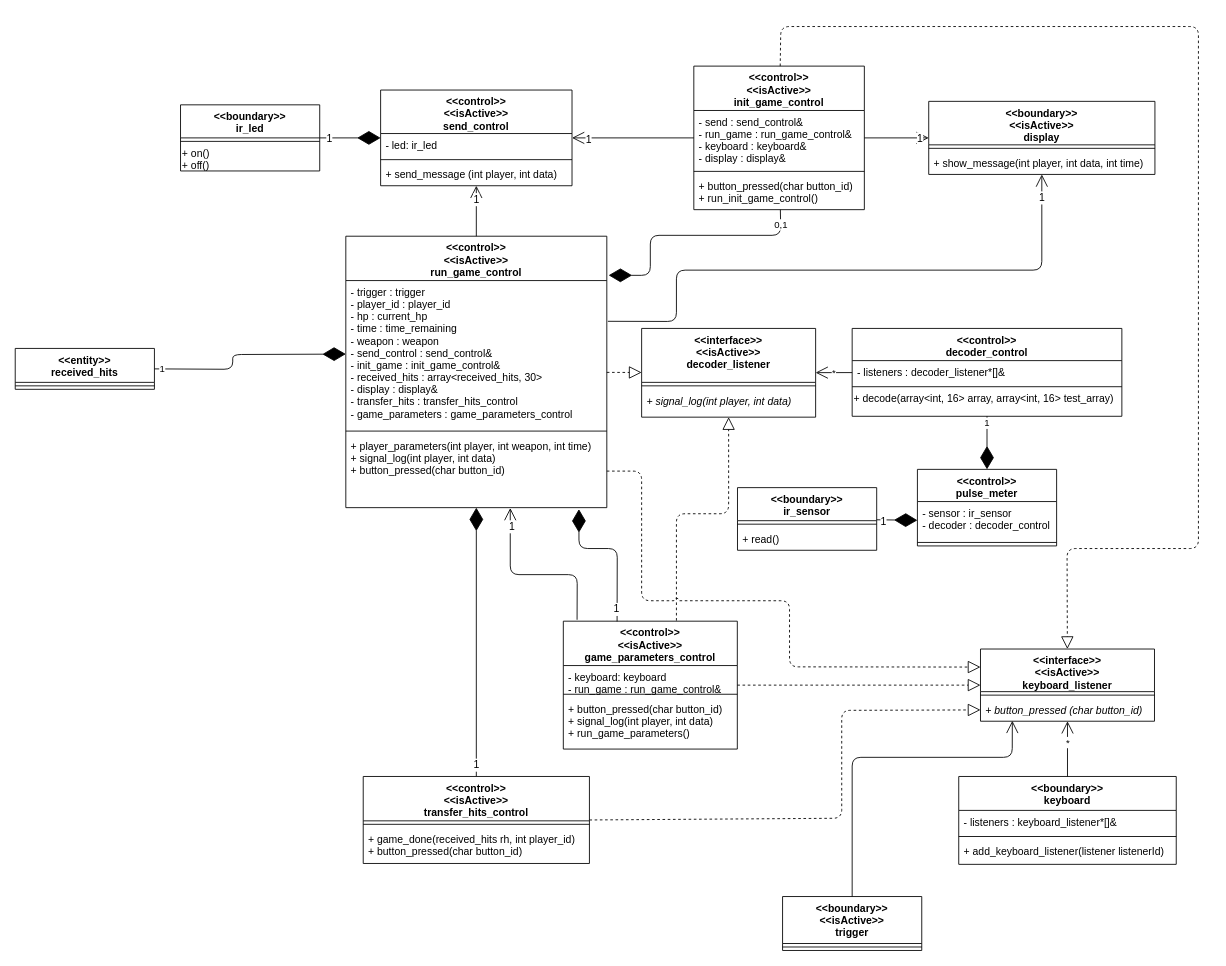
Doniol/THDE_Lasergame keeps this draw.io diagram as THDE Lasergame Modellen/THDE Klassendiagramn.drawio. Above is the earlier version. Source tidied: cells renumbered, new cells numbered last; positions are measured from the earlier drawing's top-left corner, leaving out a move shared by most shapes. Both pictures are drawn from the tidied source at 87%, with x=0, y=0 at pixel (15, 26).
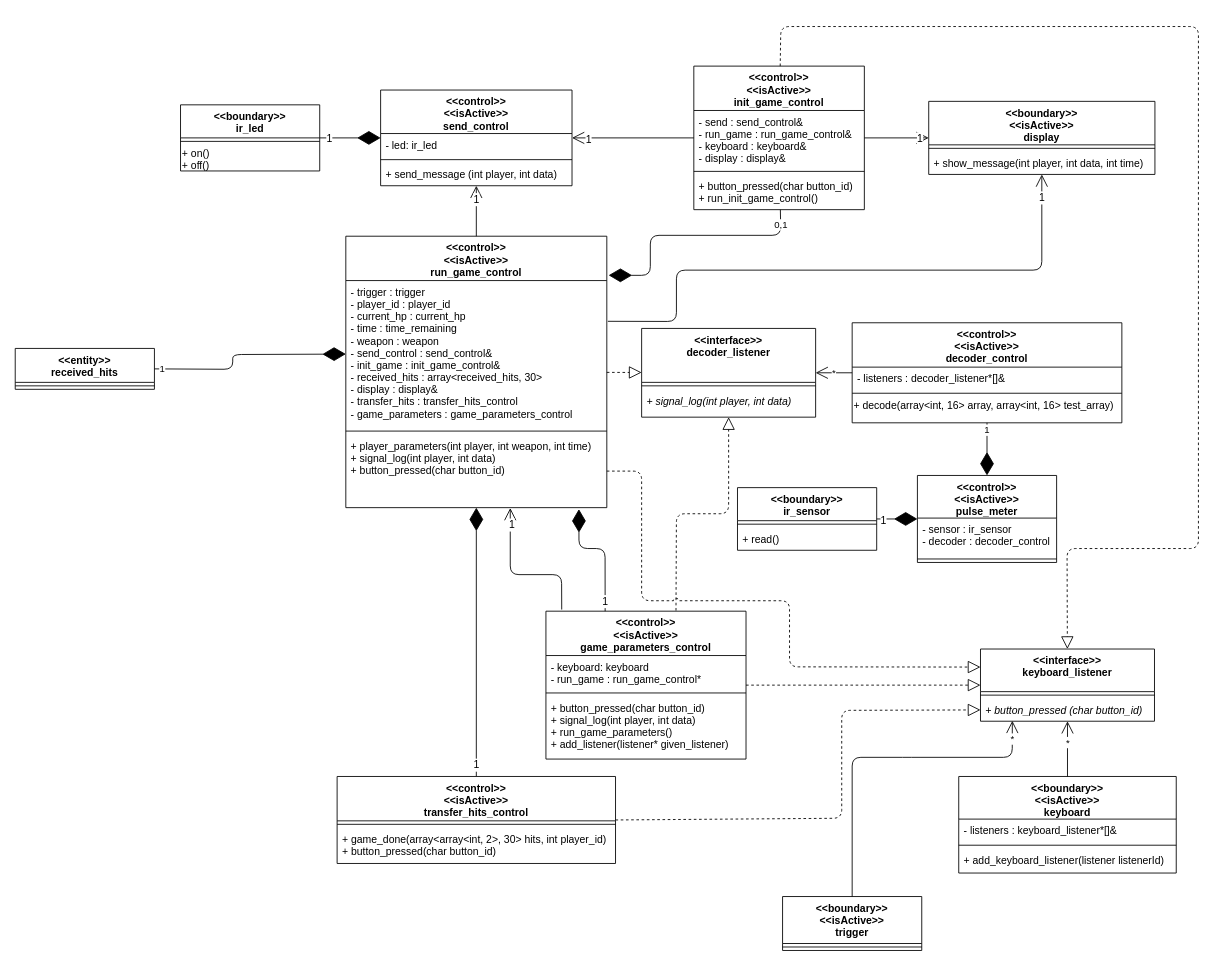
The same page after the edit.

The change refers to these unchanged cells:
```xml
<mxCell id="9" value="&lt;&lt;boundary&gt;&gt;&#10;&lt;&lt;isActive&gt;&gt;&#10;trigger" style="swimlane;fontStyle=1;align=center;verticalAlign=top;horizontal=1;startSize=54;" parent="1" vertex="1">
  <mxGeometry x="882" y="1000" width="160" height="62" as="geometry" />
</mxCell>
<mxCell id="14" value="&lt;&lt;boundary&gt;&gt;&#10;ir_sensor" style="swimlane;fontStyle=1;align=center;verticalAlign=top;horizontal=1;startSize=38;" parent="1" vertex="1">
  <mxGeometry x="830.2" y="530" width="160" height="72" as="geometry" />
</mxCell>
<mxCell id="23" value="&lt;&lt;control&gt;&gt;&#10;&lt;&lt;isActive&gt;&gt;&#10;run_game_control" style="swimlane;fontStyle=1;align=center;verticalAlign=top;horizontal=1;startSize=51;" parent="1" vertex="1">
  <mxGeometry x="380" y="241" width="300" height="312" as="geometry" />
</mxCell>
<mxCell id="26" value="+ player_parameters(int player, int weapon, int time)&#10;+ signal_log(int player, int data)&#10;+ button_pressed(char button_id)" style="text;strokeColor=none;fillColor=none;align=left;verticalAlign=top;spacingLeft=4;spacingRight=4;overflow=hidden;points=[[0,0.5],[1,0.5]];portConstraint=eastwest;" parent="23" vertex="1">
  <mxGeometry y="228" width="300" height="84" as="geometry" />
</mxCell>
<mxCell id="50" value="+ button_pressed (char button_id)" style="text;strokeColor=none;fillColor=none;align=left;verticalAlign=top;spacingLeft=4;spacingRight=4;overflow=hidden;points=[[0,0.5],[1,0.5]];portConstraint=eastwest;fontStyle=2;" parent="48" vertex="1">
  <mxGeometry y="57" width="200" height="26" as="geometry" />
</mxCell>
```

What changed in the source:
```diff
@@
-    <mxCell id="5" value="&lt;&lt;boundary&gt;&gt;&#10;keyboard" style="swimlane;fontStyle=1;align=center;verticalAlign=top;horizontal=1;startSize=39;" parent="1" vertex="1">
-      <mxGeometry x="1084.5" y="862" width="250" height="101" as="geometry" />
+    <mxCell id="5" value="&lt;&lt;boundary&gt;&gt;&#10;&lt;&lt;isActive&gt;&gt;&#10;keyboard" style="swimlane;fontStyle=1;align=center;verticalAlign=top;horizontal=1;startSize=49;" parent="1" vertex="1">
+      <mxGeometry x="1084.5" y="862" width="250" height="111" as="geometry" />
     </mxCell>
     <mxCell id="6" value="- listeners : keyboard_listener*[]&amp;" style="text;strokeColor=none;fillColor=none;align=left;verticalAlign=top;spacingLeft=4;spacingRight=4;overflow=hidden;" parent="5" vertex="1">
-      <mxGeometry y="39" width="250" height="26" as="geometry" />
+      <mxGeometry y="49" width="250" height="26" as="geometry" />
     </mxCell>
     <mxCell id="7" style="line;strokeWidth=1;fillColor=none;align=left;verticalAlign=middle;spacingTop=-1;spacingLeft=3;spacingRight=3;labelPosition=right;" parent="5" vertex="1">
-      <mxGeometry y="65" width="250" height="8" as="geometry" />
+      <mxGeometry y="75" width="250" height="8" as="geometry" />
     </mxCell>
     <mxCell id="8" value="+ add_keyboard_listener(listener listenerId)" style="text;strokeColor=none;fillColor=none;align=left;verticalAlign=top;spacingLeft=4;spacingRight=4;overflow=hidden;" parent="5" vertex="1">
-      <mxGeometry y="73" width="250" height="28" as="geometry" />
+      <mxGeometry y="83" width="250" height="28" as="geometry" />
     </mxCell>
@@
-    <mxCell id="24" value="- trigger : trigger&#10;- player_id : player_id&#10;- hp : current_hp&#10;- time : time_remaining&#10;- weapon : weapon&#10;- send_control : send_control&amp;&#10;- init_game : init_game_control&amp;&#10;- received_hits : array&lt;received_hits, 30&gt;&#10;- display : display&amp;&#10;- transfer_hits : transfer_hits_control&#10;- game_parameters : game_parameters_control&#10;&#10;&#10;&#10;" style="text;strokeColor=none;fillColor=none;align=left;verticalAlign=top;spacingLeft=4;spacingRight=4;overflow=hidden;points=[[0,0.5],[1,0.5]];portConstraint=eastwest;" parent="23" vertex="1">
+    <mxCell id="24" value="- trigger : trigger&#10;- player_id : player_id&#10;- current_hp : current_hp&#10;- time : time_remaining&#10;- weapon : weapon&#10;- send_control : send_control&amp;&#10;- init_game : init_game_control&amp;&#10;- received_hits : array&lt;received_hits, 30&gt;&#10;- display : display&amp;&#10;- transfer_hits : transfer_hits_control&#10;- game_parameters : game_parameters_control&#10;&#10;&#10;&#10;" style="text;strokeColor=none;fillColor=none;align=left;verticalAlign=top;spacingLeft=4;spacingRight=4;overflow=hidden;points=[[0,0.5],[1,0.5]];portConstraint=eastwest;" parent="23" vertex="1">
       <mxGeometry y="51" width="300" height="169" as="geometry" />
     </mxCell>
@@
-    <mxCell id="27" value="&lt;&lt;interface&gt;&gt;&#10;&lt;&lt;isActive&gt;&gt;&#10;decoder_listener" style="swimlane;fontStyle=1;align=center;verticalAlign=top;horizontal=1;startSize=62;" parent="1" vertex="1">
+    <mxCell id="27" value="&lt;&lt;interface&gt;&gt;&#10;decoder_listener" style="swimlane;fontStyle=1;align=center;verticalAlign=top;horizontal=1;startSize=62;" parent="1" vertex="1">
       <mxGeometry x="720" y="347" width="200" height="102" as="geometry" />
     </mxCell>
@@
-    <mxCell id="30" value="&lt;&lt;control&gt;&gt;&#10;decoder_control" style="swimlane;fontStyle=1;align=center;verticalAlign=top;horizontal=1;startSize=37;" parent="1" vertex="1">
-      <mxGeometry x="962" y="347" width="310" height="101" as="geometry" />
+    <mxCell id="30" value="&lt;&lt;control&gt;&gt;&#10;&lt;&lt;isActive&gt;&gt;&#10;decoder_control" style="swimlane;fontStyle=1;align=center;verticalAlign=top;horizontal=1;startSize=51;" parent="1" vertex="1">
+      <mxGeometry x="962" y="340.5" width="310" height="115" as="geometry" />
     </mxCell>
     <mxCell id="31" value="- listeners : decoder_listener*[]&amp;" style="text;strokeColor=none;fillColor=none;align=left;verticalAlign=top;spacingLeft=4;spacingRight=4;overflow=hidden;" parent="30" vertex="1">
-      <mxGeometry y="37" width="310" height="26" as="geometry" />
+      <mxGeometry y="51" width="310" height="26" as="geometry" />
     </mxCell>
     <mxCell id="32" style="line;strokeWidth=1;fillColor=none;align=left;verticalAlign=middle;spacingTop=-1;spacingLeft=3;spacingRight=3;labelPosition=right;" parent="30" vertex="1">
-      <mxGeometry y="63" width="310" height="8" as="geometry" />
+      <mxGeometry y="77" width="310" height="8" as="geometry" />
     </mxCell>
     <mxCell id="33" value="&lt;div&gt;+ decode(array&amp;lt;int, 16&amp;gt; array, array&amp;lt;int, 16&amp;gt; test_array)&lt;/div&gt;&lt;div&gt;&lt;br&gt;&lt;/div&gt;" style="text;html=1;align=left;verticalAlign=top;spacingTop=-4;" parent="30" vertex="1">
-      <mxGeometry y="71" width="310" height="30" as="geometry" />
+      <mxGeometry y="85" width="310" height="30" as="geometry" />
     </mxCell>
     <mxCell id="34" value="&lt;&lt;control&gt;&gt;&#10;&lt;&lt;isActive&gt;&gt;&#10;game_parameters_control" style="swimlane;fontStyle=1;align=center;verticalAlign=top;horizontal=1;startSize=51;" parent="1" vertex="1">
-      <mxGeometry x="630" y="683.5" width="200" height="147" as="geometry" />
+      <mxGeometry x="610" y="672" width="230" height="170" as="geometry" />
     </mxCell>
-    <mxCell id="35" value="- keyboard: keyboard&#10;- run_game : run_game_control&amp;&#10;" style="text;strokeColor=none;fillColor=none;align=left;verticalAlign=top;spacingLeft=4;spacingRight=4;overflow=hidden;" parent="34" vertex="1">
-      <mxGeometry y="51" width="200" height="29" as="geometry" />
+    <mxCell id="35" value="- keyboard: keyboard&#10;- run_game : run_game_control*&#10;" style="text;strokeColor=none;fillColor=none;align=left;verticalAlign=top;spacingLeft=4;spacingRight=4;overflow=hidden;" parent="34" vertex="1">
+      <mxGeometry y="51" width="230" height="39" as="geometry" />
     </mxCell>
     <mxCell id="36" style="line;strokeWidth=1;fillColor=none;align=left;verticalAlign=middle;spacingTop=-1;spacingLeft=3;spacingRight=3;labelPosition=right;" parent="34" vertex="1">
-      <mxGeometry y="80" width="200" height="8" as="geometry" />
+      <mxGeometry y="90" width="230" height="8" as="geometry" />
     </mxCell>
-    <mxCell id="37" value="+ button_pressed(char button_id)&#10;+ signal_log(int player, int data)&#10;+ run_game_parameters()&#10;" style="text;strokeColor=none;fillColor=none;align=left;verticalAlign=top;spacingLeft=4;spacingRight=4;overflow=hidden;" parent="34" vertex="1">
-      <mxGeometry y="88" width="200" height="59" as="geometry" />
+    <mxCell id="37" value="+ button_pressed(char button_id)&#10;+ signal_log(int player, int data)&#10;+ run_game_parameters()&#10;+ add_listener(listener* given_listener)&#10;&#10;" style="text;strokeColor=none;fillColor=none;align=left;verticalAlign=top;spacingLeft=4;spacingRight=4;overflow=hidden;" parent="34" vertex="1">
+      <mxGeometry y="98" width="230" height="72" as="geometry" />
     </mxCell>
@@
-    <mxCell id="44" style="endArrow=diamondThin;endFill=1;endSize=24;html=1;entryX=0.893;entryY=1.021;entryDx=0;entryDy=0;entryPerimeter=0;exitX=0.309;exitY=0.002;exitDx=0;exitDy=0;exitPerimeter=0;" parent="1" edge="1" source="34" target="26">
+    <mxCell id="44" style="endArrow=diamondThin;endFill=1;endSize=24;html=1;entryX=0.893;entryY=1.021;entryDx=0;entryDy=0;entryPerimeter=0;exitX=0.296;exitY=0;exitDx=0;exitDy=0;exitPerimeter=0;" parent="1" edge="1" source="34" target="26">
       <mxGeometry relative="1" as="geometry">
         <Array as="points">
-          <mxPoint x="692" y="600" />
+          <mxPoint x="678" y="600" />
           <mxPoint x="648" y="600" />
         </Array>
       </mxGeometry>
     </mxCell>
@@
     <mxCell id="46" style="endArrow=open;endFill=1;endSize=12;html=1;exitX=0.079;exitY=-0.011;exitDx=0;exitDy=0;exitPerimeter=0;entryX=0.63;entryY=1.005;entryDx=0;entryDy=0;entryPerimeter=0;" parent="1" edge="1" source="34" target="26">
       <mxGeometry relative="1" as="geometry">
         <Array as="points">
-          <mxPoint x="646" y="630" />
+          <mxPoint x="628" y="630" />
           <mxPoint x="569" y="630" />
         </Array>
       </mxGeometry>
     </mxCell>
@@
-    <mxCell id="48" value="&lt;&lt;interface&gt;&gt;&#10;&lt;&lt;isActive&gt;&gt;&#10;keyboard_listener" style="swimlane;fontStyle=1;align=center;verticalAlign=top;horizontal=1;startSize=49;" parent="1" vertex="1">
+    <mxCell id="48" value="&lt;&lt;interface&gt;&gt;&#10;keyboard_listener" style="swimlane;fontStyle=1;align=center;verticalAlign=top;horizontal=1;startSize=49;" parent="1" vertex="1">
       <mxGeometry x="1109.5" y="715.5" width="200" height="83" as="geometry" />
     </mxCell>
@@
     <mxCell id="61" value="&lt;&lt;control&gt;&gt;&#10;&lt;&lt;isActive&gt;&gt;&#10;transfer_hits_control" style="swimlane;fontStyle=1;align=center;verticalAlign=top;horizontal=1;startSize=51;" parent="1" vertex="1">
-      <mxGeometry x="400" y="862" width="260" height="100" as="geometry" />
+      <mxGeometry x="370" y="862" width="320" height="100" as="geometry" />
     </mxCell>
     <mxCell id="62" style="line;strokeWidth=1;fillColor=none;align=left;verticalAlign=middle;spacingTop=-1;spacingLeft=3;spacingRight=3;labelPosition=right;" parent="61" vertex="1">
-      <mxGeometry y="51" width="260" height="8" as="geometry" />
+      <mxGeometry y="51" width="320" height="8" as="geometry" />
     </mxCell>
-    <mxCell id="63" value="+ game_done(received_hits rh, int player_id)&#10;+ button_pressed(char button_id)&#10;" style="text;strokeColor=none;fillColor=none;align=left;verticalAlign=top;spacingLeft=4;spacingRight=4;overflow=hidden;" parent="61" vertex="1">
-      <mxGeometry y="59" width="260" height="41" as="geometry" />
+    <mxCell id="63" value="+ game_done(array&lt;array&lt;int, 2&gt;, 30&gt; hits, int player_id)&#10;+ button_pressed(char button_id)&#10;" style="text;strokeColor=none;fillColor=none;align=left;verticalAlign=top;spacingLeft=4;spacingRight=4;overflow=hidden;" parent="61" vertex="1">
+      <mxGeometry y="59" width="320" height="41" as="geometry" />
     </mxCell>
-    <mxCell id="64" style="endArrow=diamondThin;endFill=1;endSize=24;html=1;entryX=0;entryY=0.5;entryDx=0;entryDy=0;" parent="1" edge="1" source="14" target="75">
+    <mxCell id="64" style="endArrow=diamondThin;endFill=1;endSize=24;html=1;entryX=0;entryY=0.5;entryDx=0;entryDy=0;" parent="1" edge="1" source="14" target="74">
       <mxGeometry relative="1" as="geometry" />
     </mxCell>
@@
-    <mxCell id="74" value="&lt;&lt;control&gt;&gt;&#10;pulse_meter&#10;" style="swimlane;fontStyle=1;align=center;verticalAlign=top;horizontal=1;startSize=37;" parent="1" vertex="1">
-      <mxGeometry x="1037" y="509" width="160" height="88" as="geometry" />
+    <mxCell id="74" value="&lt;&lt;control&gt;&gt;&#10;&lt;&lt;isActive&gt;&gt;&#10;pulse_meter&#10;" style="swimlane;fontStyle=1;align=center;verticalAlign=top;horizontal=1;startSize=49;" parent="1" vertex="1">
+      <mxGeometry x="1037" y="516" width="160" height="100" as="geometry" />
     </mxCell>
     <mxCell id="75" value="- sensor : ir_sensor&#10;- decoder : decoder_control&#10;" style="text;strokeColor=none;fillColor=none;align=left;verticalAlign=top;spacingLeft=4;spacingRight=4;overflow=hidden;points=[[0,0.5],[1,0.5]];portConstraint=eastwest;" parent="74" vertex="1">
-      <mxGeometry y="37" width="160" height="43" as="geometry" />
+      <mxGeometry y="49" width="160" height="43" as="geometry" />
     </mxCell>
     <mxCell id="76" style="line;strokeWidth=1;fillColor=none;align=left;verticalAlign=middle;spacingTop=-1;spacingLeft=3;spacingRight=3;labelPosition=right;" parent="74" vertex="1">
-      <mxGeometry y="80" width="160" height="8" as="geometry" />
+      <mxGeometry y="92" width="160" height="8" as="geometry" />
     </mxCell>
@@
-    <mxCell id="79" style="endArrow=open;endFill=1;endSize=12;html=1;exitX=0.5;exitY=0;exitDx=0;exitDy=0;entryX=0.183;entryY=0.981;entryDx=0;entryDy=0;entryPerimeter=0;" parent="1" edge="1" source="9" target="50">
-      <mxGeometry relative="1" as="geometry">
+    <mxCell id="79" value="*" style="endArrow=open;endFill=1;endSize=12;html=1;exitX=0.5;exitY=0;exitDx=0;exitDy=0;entryX=0.183;entryY=0.981;entryDx=0;entryDy=0;entryPerimeter=0;" parent="1" edge="1" source="9" target="50">
+      <mxGeometry x="0.89" relative="1" as="geometry">
         <Array as="points">
           <mxPoint x="962" y="840" />
+          <mxPoint x="1030" y="840" />
           <mxPoint x="1146" y="840" />
         </Array>
       </mxGeometry>
     </mxCell>
```
